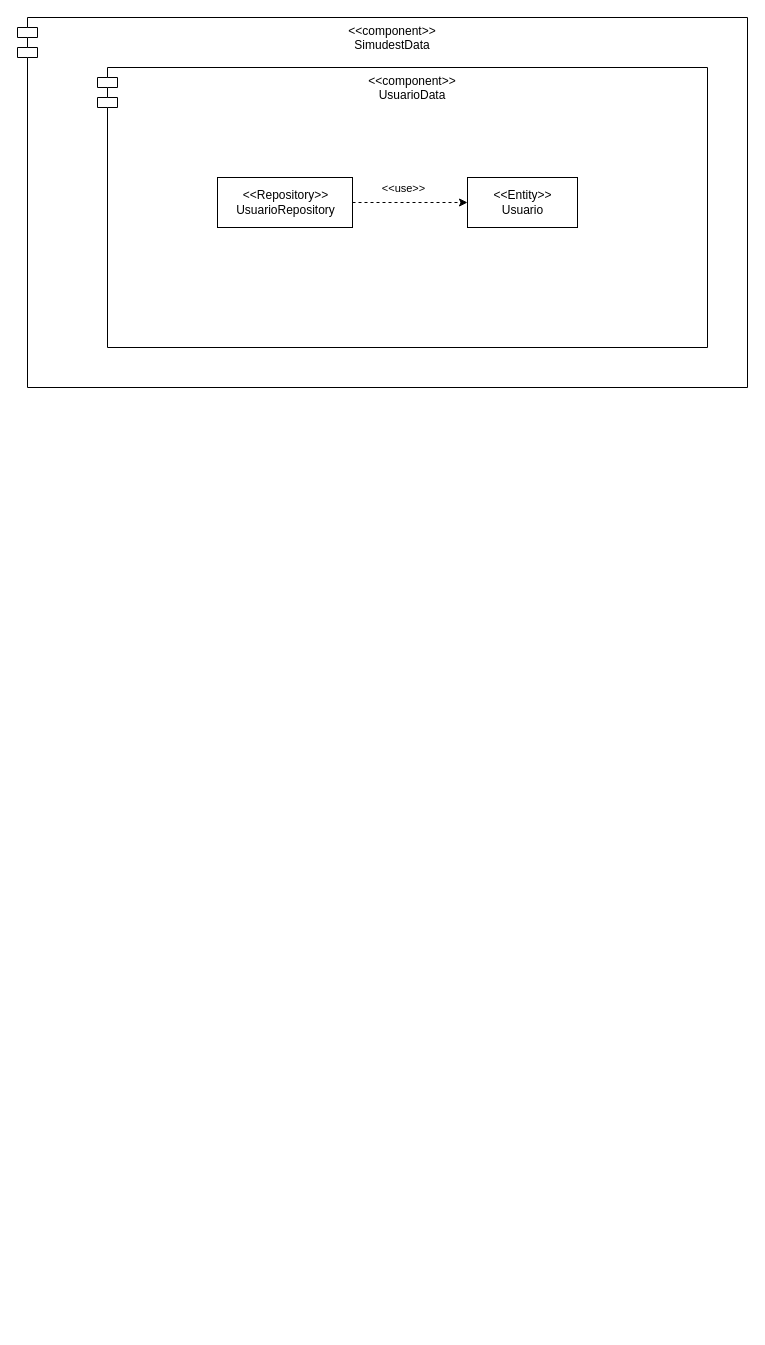
This is diagramas/arquitectura/DiagramaData.drawio from Castillo82/simuladordestinos, a draw.io file, before an edit. Source tidied: cells renumbered, new cells numbered last; positions are measured from the earlier drawing's top-left corner, leaving out a move shared by most shapes. Both pictures are drawn from the tidied source at 100%, with x=0, y=0 at pixel (17, 17).
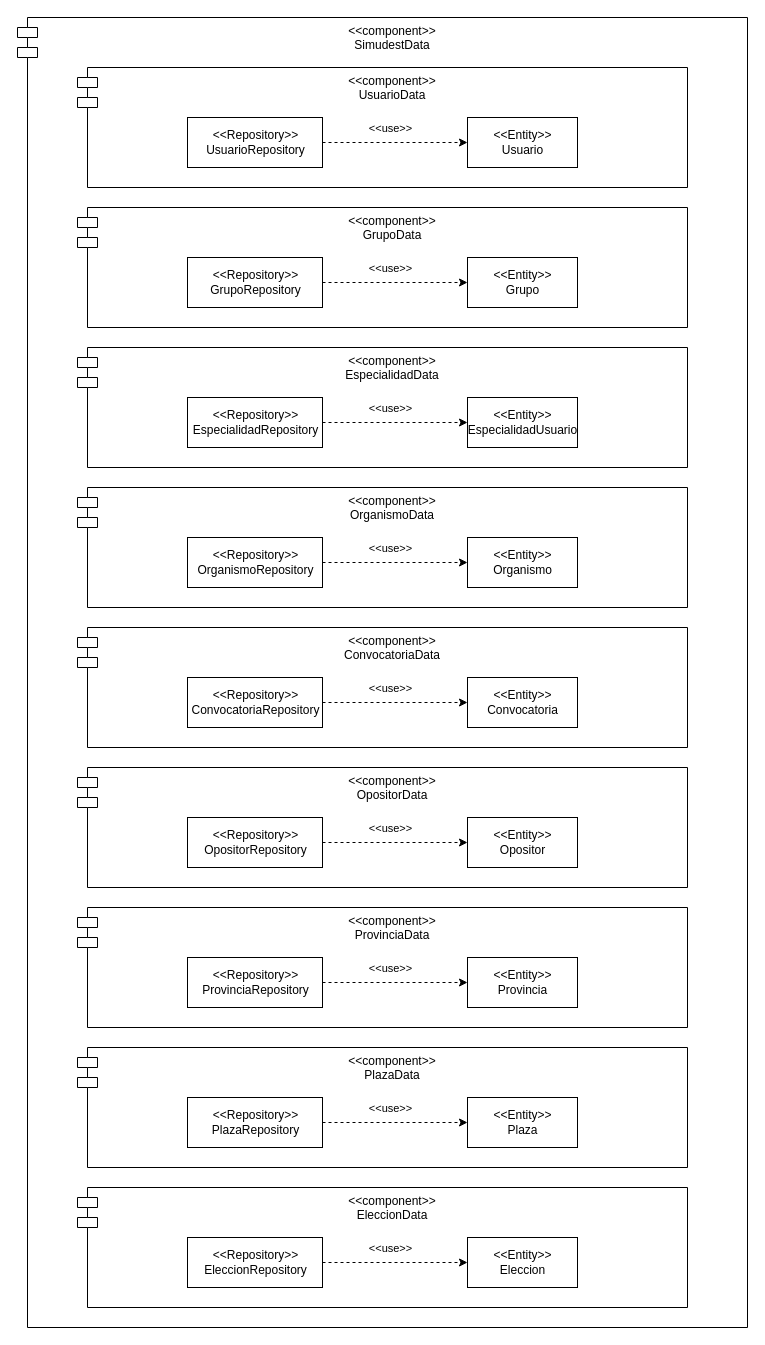
After the change.

What changed in the source:
```diff
@@
     <mxCell id="2" value="&lt;&lt;component&gt;&gt;&#10;SimudestData" style="shape=module;align=left;spacingLeft=20;align=center;verticalAlign=top;" parent="1" vertex="1">
-      <mxGeometry width="730" height="370" as="geometry" />
+      <mxGeometry width="730" height="1310" as="geometry" />
     </mxCell>
     <mxCell id="3" value="&lt;&lt;component&gt;&gt;&#10;UsuarioData" style="shape=module;align=left;spacingLeft=20;align=center;verticalAlign=top;" parent="1" vertex="1">
-      <mxGeometry x="80" y="50" width="610" height="280" as="geometry" />
+      <mxGeometry x="60" y="50" width="610" height="120" as="geometry" />
     </mxCell>
     <mxCell id="4" value="&amp;lt;&amp;lt;Entity&amp;gt;&amp;gt;&lt;br&gt;Usuario" style="html=1;" parent="1" vertex="1">
-      <mxGeometry x="450" y="160" width="110" height="50" as="geometry" />
+      <mxGeometry x="450" y="100" width="110" height="50" as="geometry" />
     </mxCell>
     <mxCell id="5" value="&amp;lt;&amp;lt;Repository&amp;gt;&amp;gt;&lt;br&gt;UsuarioRepository" style="html=1;" parent="1" vertex="1">
-      <mxGeometry x="200" y="160" width="135" height="50" as="geometry" />
+      <mxGeometry x="170" y="100" width="135" height="50" as="geometry" />
     </mxCell>
@@
+    <mxCell id="8" value="&lt;&lt;component&gt;&gt;&#10;GrupoData" style="shape=module;align=left;spacingLeft=20;align=center;verticalAlign=top;" parent="1" vertex="1">
+      <mxGeometry x="60" y="190" width="610" height="120" as="geometry" />
+    </mxCell>
+    <mxCell id="9" value="&lt;div&gt;&amp;lt;&amp;lt;Entity&amp;gt;&amp;gt;&lt;/div&gt;&lt;div&gt;Grupo&lt;/div&gt;" style="html=1;" parent="1" vertex="1">
+      <mxGeometry x="450" y="240" width="110" height="50" as="geometry" />
+    </mxCell>
+    <mxCell id="10" value="&amp;lt;&amp;lt;Repository&amp;gt;&amp;gt;&lt;br&gt;GrupoRepository" style="html=1;" parent="1" vertex="1">
+      <mxGeometry x="170" y="240" width="135" height="50" as="geometry" />
+    </mxCell>
+    <mxCell id="11" style="endArrow=classic;html=1;rounded=0;entryX=0;entryY=0.5;entryDx=0;entryDy=0;dashed=1;exitX=1;exitY=0.5;exitDx=0;exitDy=0;" parent="1" edge="1" source="10" target="9">
+      <mxGeometry relative="1" as="geometry" />
+    </mxCell>
+    <mxCell id="12" value="&amp;lt;&amp;lt;use&amp;gt;&amp;gt;" style="edgeLabel;html=1;align=center;verticalAlign=middle;" parent="11" vertex="1">
+      <mxGeometry x="0.16" y="-1" relative="1" as="geometry">
+        <mxPoint x="-17" y="-16" as="offset" />
+      </mxGeometry>
+    </mxCell>
+    <mxCell id="13" value="&lt;&lt;component&gt;&gt;&#10;EspecialidadData" style="shape=module;align=left;spacingLeft=20;align=center;verticalAlign=top;" parent="1" vertex="1">
+      <mxGeometry x="60" y="330" width="610" height="120" as="geometry" />
+    </mxCell>
+    <mxCell id="14" value="&amp;lt;&amp;lt;Entity&amp;gt;&amp;gt;&lt;br&gt;EspecialidadUsuario" style="html=1;" parent="1" vertex="1">
+      <mxGeometry x="450" y="380" width="110" height="50" as="geometry" />
+    </mxCell>
+    <mxCell id="15" value="&amp;lt;&amp;lt;Repository&amp;gt;&amp;gt;&lt;br&gt;EspecialidadRepository" style="html=1;" parent="1" vertex="1">
+      <mxGeometry x="170" y="380" width="135" height="50" as="geometry" />
+    </mxCell>
+    <mxCell id="16" style="endArrow=classic;html=1;rounded=0;entryX=0;entryY=0.5;entryDx=0;entryDy=0;dashed=1;exitX=1;exitY=0.5;exitDx=0;exitDy=0;" parent="1" edge="1" source="15" target="14">
+      <mxGeometry relative="1" as="geometry" />
+    </mxCell>
+    <mxCell id="17" value="&amp;lt;&amp;lt;use&amp;gt;&amp;gt;" style="edgeLabel;html=1;align=center;verticalAlign=middle;" parent="16" vertex="1">
+      <mxGeometry x="0.16" y="-1" relative="1" as="geometry">
+        <mxPoint x="-17" y="-16" as="offset" />
+      </mxGeometry>
+    </mxCell>
+    <mxCell id="18" value="&lt;&lt;component&gt;&gt;&#10;OrganismoData" style="shape=module;align=left;spacingLeft=20;align=center;verticalAlign=top;" parent="1" vertex="1">
+      <mxGeometry x="60" y="470" width="610" height="120" as="geometry" />
+    </mxCell>
+    <mxCell id="19" value="&lt;div&gt;&amp;lt;&amp;lt;Entity&amp;gt;&amp;gt;&lt;/div&gt;&lt;div&gt;Organismo&lt;/div&gt;" style="html=1;" parent="1" vertex="1">
+      <mxGeometry x="450" y="520" width="110" height="50" as="geometry" />
+    </mxCell>
+    <mxCell id="20" value="&amp;lt;&amp;lt;Repository&amp;gt;&amp;gt;&lt;br&gt;OrganismoRepository" style="html=1;" parent="1" vertex="1">
+      <mxGeometry x="170" y="520" width="135" height="50" as="geometry" />
+    </mxCell>
+    <mxCell id="21" style="endArrow=classic;html=1;rounded=0;entryX=0;entryY=0.5;entryDx=0;entryDy=0;dashed=1;exitX=1;exitY=0.5;exitDx=0;exitDy=0;" parent="1" edge="1" source="20" target="19">
+      <mxGeometry relative="1" as="geometry" />
+    </mxCell>
+    <mxCell id="22" value="&amp;lt;&amp;lt;use&amp;gt;&amp;gt;" style="edgeLabel;html=1;align=center;verticalAlign=middle;" parent="21" vertex="1">
+      <mxGeometry x="0.16" y="-1" relative="1" as="geometry">
+        <mxPoint x="-17" y="-16" as="offset" />
+      </mxGeometry>
+    </mxCell>
+    <mxCell id="23" value="&lt;&lt;component&gt;&gt;&#10;ConvocatoriaData" style="shape=module;align=left;spacingLeft=20;align=center;verticalAlign=top;" parent="1" vertex="1">
+      <mxGeometry x="60" y="610" width="610" height="120" as="geometry" />
+    </mxCell>
+    <mxCell id="24" value="&lt;div&gt;&amp;lt;&amp;lt;Entity&amp;gt;&amp;gt;&lt;/div&gt;&lt;div&gt;Convocatoria&lt;/div&gt;" style="html=1;" parent="1" vertex="1">
+      <mxGeometry x="450" y="660" width="110" height="50" as="geometry" />
+    </mxCell>
+    <mxCell id="25" value="&amp;lt;&amp;lt;Repository&amp;gt;&amp;gt;&lt;br&gt;ConvocatoriaRepository" style="html=1;" parent="1" vertex="1">
+      <mxGeometry x="170" y="660" width="135" height="50" as="geometry" />
+    </mxCell>
+    <mxCell id="26" style="endArrow=classic;html=1;rounded=0;entryX=0;entryY=0.5;entryDx=0;entryDy=0;dashed=1;exitX=1;exitY=0.5;exitDx=0;exitDy=0;" parent="1" edge="1" source="25" target="24">
+      <mxGeometry relative="1" as="geometry" />
+    </mxCell>
+    <mxCell id="27" value="&amp;lt;&amp;lt;use&amp;gt;&amp;gt;" style="edgeLabel;html=1;align=center;verticalAlign=middle;" parent="26" vertex="1">
+      <mxGeometry x="0.16" y="-1" relative="1" as="geometry">
+        <mxPoint x="-17" y="-16" as="offset" />
+      </mxGeometry>
+    </mxCell>
+    <mxCell id="28" value="&lt;&lt;component&gt;&gt;&#10;OpositorData" style="shape=module;align=left;spacingLeft=20;align=center;verticalAlign=top;" parent="1" vertex="1">
+      <mxGeometry x="60" y="750" width="610" height="120" as="geometry" />
+    </mxCell>
+    <mxCell id="29" value="&lt;div&gt;&amp;lt;&amp;lt;Entity&amp;gt;&amp;gt;&lt;/div&gt;&lt;div&gt;Opositor&lt;/div&gt;" style="html=1;" parent="1" vertex="1">
+      <mxGeometry x="450" y="800" width="110" height="50" as="geometry" />
+    </mxCell>
+    <mxCell id="30" value="&amp;lt;&amp;lt;Repository&amp;gt;&amp;gt;&lt;br&gt;OpositorRepository" style="html=1;" parent="1" vertex="1">
+      <mxGeometry x="170" y="800" width="135" height="50" as="geometry" />
+    </mxCell>
+    <mxCell id="31" style="endArrow=classic;html=1;rounded=0;entryX=0;entryY=0.5;entryDx=0;entryDy=0;dashed=1;exitX=1;exitY=0.5;exitDx=0;exitDy=0;" parent="1" edge="1" source="30" target="29">
+      <mxGeometry relative="1" as="geometry" />
+    </mxCell>
+    <mxCell id="32" value="&amp;lt;&amp;lt;use&amp;gt;&amp;gt;" style="edgeLabel;html=1;align=center;verticalAlign=middle;" parent="31" vertex="1">
+      <mxGeometry x="0.16" y="-1" relative="1" as="geometry">
+        <mxPoint x="-17" y="-16" as="offset" />
+      </mxGeometry>
+    </mxCell>
+    <mxCell id="33" value="&lt;&lt;component&gt;&gt;&#10;ProvinciaData" style="shape=module;align=left;spacingLeft=20;align=center;verticalAlign=top;" parent="1" vertex="1">
+      <mxGeometry x="60" y="890" width="610" height="120" as="geometry" />
+    </mxCell>
+    <mxCell id="34" value="&lt;div&gt;&amp;lt;&amp;lt;Entity&amp;gt;&amp;gt;&lt;/div&gt;&lt;div&gt;Provincia&lt;/div&gt;" style="html=1;" parent="1" vertex="1">
+      <mxGeometry x="450" y="940" width="110" height="50" as="geometry" />
+    </mxCell>
+    <mxCell id="35" value="&amp;lt;&amp;lt;Repository&amp;gt;&amp;gt;&lt;br&gt;ProvinciaRepository" style="html=1;" parent="1" vertex="1">
+      <mxGeometry x="170" y="940" width="135" height="50" as="geometry" />
+    </mxCell>
+    <mxCell id="36" style="endArrow=classic;html=1;rounded=0;entryX=0;entryY=0.5;entryDx=0;entryDy=0;dashed=1;exitX=1;exitY=0.5;exitDx=0;exitDy=0;" parent="1" edge="1" source="35" target="34">
+      <mxGeometry relative="1" as="geometry" />
+    </mxCell>
+    <mxCell id="37" value="&amp;lt;&amp;lt;use&amp;gt;&amp;gt;" style="edgeLabel;html=1;align=center;verticalAlign=middle;" parent="36" vertex="1">
+      <mxGeometry x="0.16" y="-1" relative="1" as="geometry">
+        <mxPoint x="-17" y="-16" as="offset" />
+      </mxGeometry>
+    </mxCell>
+    <mxCell id="38" value="&lt;&lt;component&gt;&gt;&#10;PlazaData" style="shape=module;align=left;spacingLeft=20;align=center;verticalAlign=top;" parent="1" vertex="1">
+      <mxGeometry x="60" y="1030" width="610" height="120" as="geometry" />
+    </mxCell>
+    <mxCell id="39" value="&lt;div&gt;&amp;lt;&amp;lt;Entity&amp;gt;&amp;gt;&lt;/div&gt;&lt;div&gt;Plaza&lt;/div&gt;" style="html=1;" parent="1" vertex="1">
+      <mxGeometry x="450" y="1080" width="110" height="50" as="geometry" />
+    </mxCell>
+    <mxCell id="40" value="&amp;lt;&amp;lt;Repository&amp;gt;&amp;gt;&lt;br&gt;PlazaRepository" style="html=1;" parent="1" vertex="1">
+      <mxGeometry x="170" y="1080" width="135" height="50" as="geometry" />
+    </mxCell>
+    <mxCell id="41" style="endArrow=classic;html=1;rounded=0;entryX=0;entryY=0.5;entryDx=0;entryDy=0;dashed=1;exitX=1;exitY=0.5;exitDx=0;exitDy=0;" parent="1" edge="1" source="40" target="39">
+      <mxGeometry relative="1" as="geometry" />
+    </mxCell>
+    <mxCell id="42" value="&amp;lt;&amp;lt;use&amp;gt;&amp;gt;" style="edgeLabel;html=1;align=center;verticalAlign=middle;" parent="41" vertex="1">
+      <mxGeometry x="0.16" y="-1" relative="1" as="geometry">
+        <mxPoint x="-17" y="-16" as="offset" />
+      </mxGeometry>
+    </mxCell>
+    <mxCell id="43" value="&lt;&lt;component&gt;&gt;&#10;EleccionData" style="shape=module;align=left;spacingLeft=20;align=center;verticalAlign=top;" parent="1" vertex="1">
+      <mxGeometry x="60" y="1170" width="610" height="120" as="geometry" />
+    </mxCell>
+    <mxCell id="44" value="&lt;div&gt;&amp;lt;&amp;lt;Entity&amp;gt;&amp;gt;&lt;/div&gt;&lt;div&gt;Eleccion&lt;/div&gt;" style="html=1;" parent="1" vertex="1">
+      <mxGeometry x="450" y="1220" width="110" height="50" as="geometry" />
+    </mxCell>
+    <mxCell id="45" value="&amp;lt;&amp;lt;Repository&amp;gt;&amp;gt;&lt;br&gt;EleccionRepository" style="html=1;" parent="1" vertex="1">
+      <mxGeometry x="170" y="1220" width="135" height="50" as="geometry" />
+    </mxCell>
+    <mxCell id="46" style="endArrow=classic;html=1;rounded=0;entryX=0;entryY=0.5;entryDx=0;entryDy=0;dashed=1;exitX=1;exitY=0.5;exitDx=0;exitDy=0;" parent="1" edge="1" source="45" target="44">
+      <mxGeometry relative="1" as="geometry" />
+    </mxCell>
+    <mxCell id="47" value="&amp;lt;&amp;lt;use&amp;gt;&amp;gt;" style="edgeLabel;html=1;align=center;verticalAlign=middle;" parent="46" vertex="1">
+      <mxGeometry x="0.16" y="-1" relative="1" as="geometry">
+        <mxPoint x="-17" y="-16" as="offset" />
+      </mxGeometry>
+    </mxCell>
```
